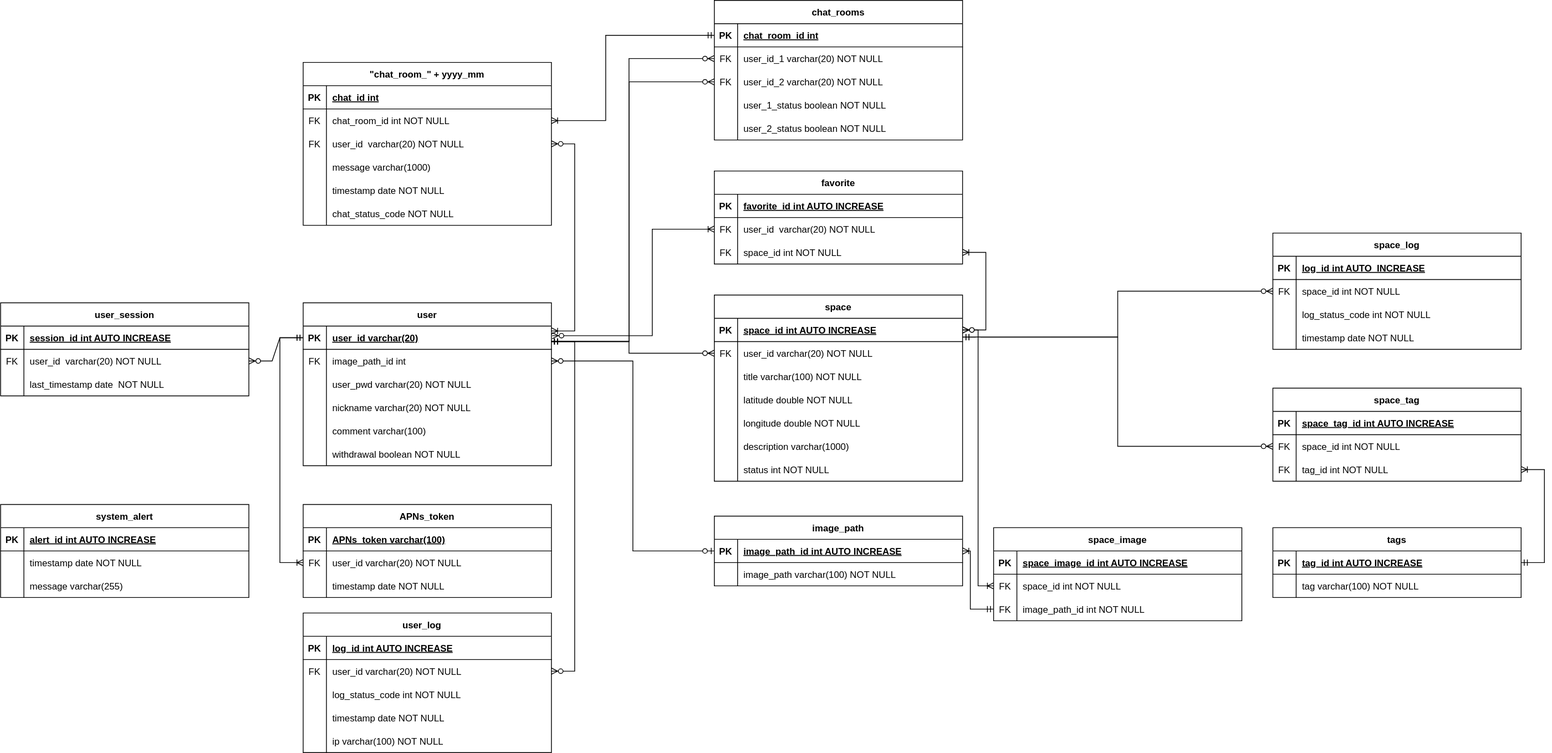
Before: 클래스 다이어그램/database.svg, a diagram exported from draw.io (shlim0/2022_capstone1). Source tidied: cells renumbered, new cells last; positions are measured from the earlier drawing's top-left corner, leaving out a move shared by most shapes.
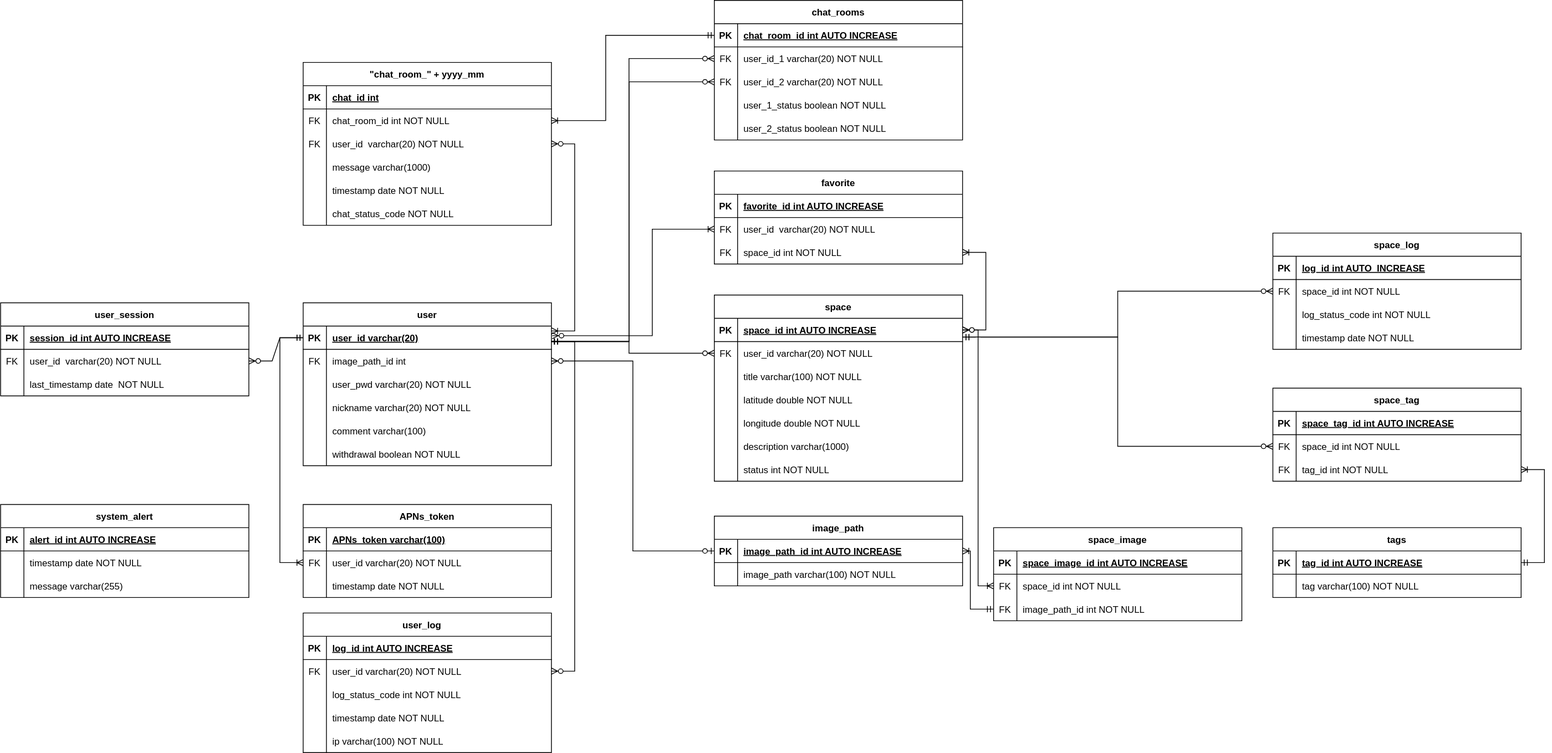
After the commit.

Commit message:
chat_rooms 테이블 PK auto increase로 변경

Change to the diagram source:
```diff
@@ -331,7 +331,7 @@
     <mxCell id="108" value="PK" style="shape=partialRectangle;fillColor=none;top=0;left=0;bottom=0;right=0;fontStyle=1;overflow=hidden;" parent="107" vertex="1">
       <mxGeometry width="30" height="30" as="geometry" />
     </mxCell>
-    <mxCell id="109" value="chat_room_id int" style="shape=partialRectangle;fillColor=none;top=0;left=0;bottom=0;right=0;align=left;spacingLeft=6;fontStyle=5;overflow=hidden;" parent="107" vertex="1">
+    <mxCell id="109" value="chat_room_id int AUTO INCREASE" style="shape=partialRectangle;fillColor=none;top=0;left=0;bottom=0;right=0;align=left;spacingLeft=6;fontStyle=5;overflow=hidden;" parent="107" vertex="1">
       <mxGeometry x="30" width="290" height="30" as="geometry" />
     </mxCell>
     <mxCell id="110" style="shape=tableRow;horizontal=0;startSize=0;swimlaneHead=0;swimlaneBody=0;fillColor=none;points=[[0,0.5],[1,0.5]];portConstraint=eastwest;top=0;left=0;right=0;bottom=0;" parent="106" vertex="1">
```
